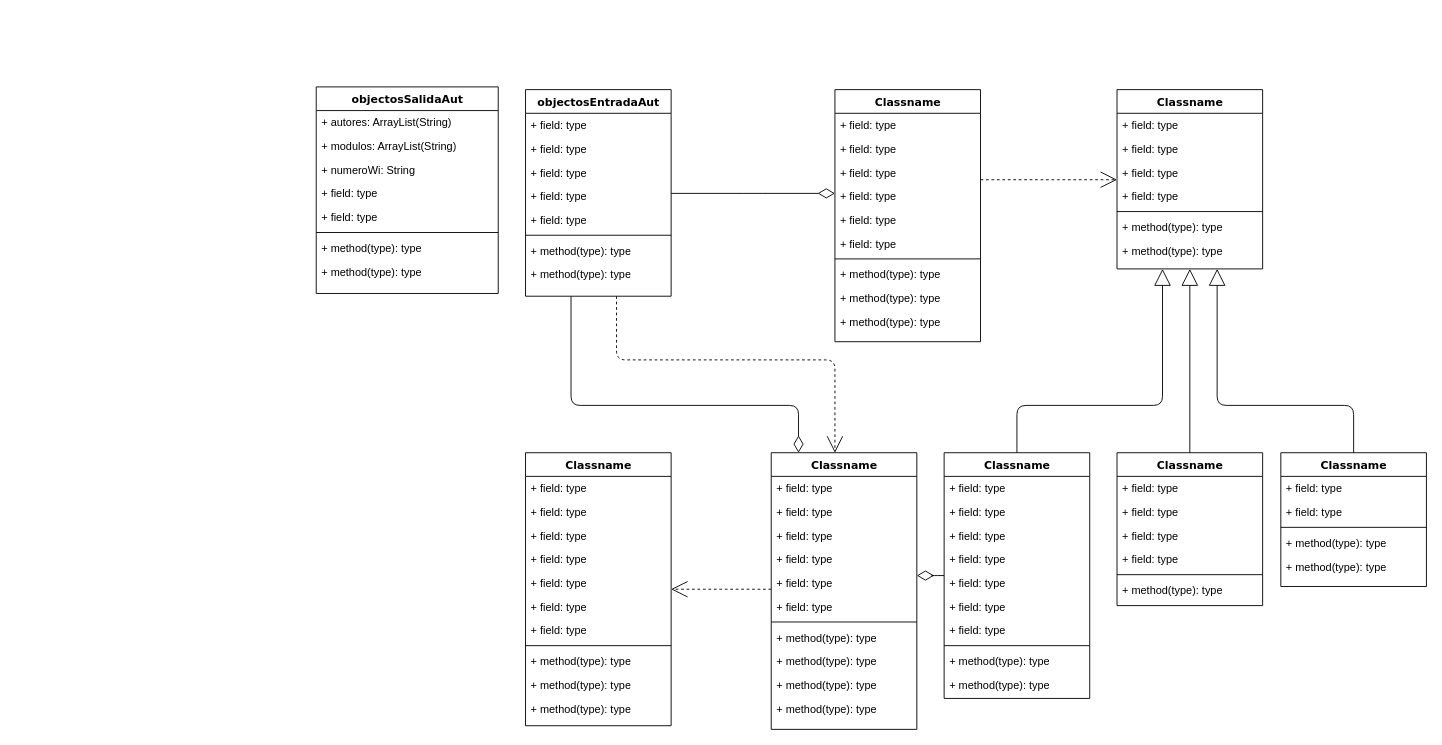
Before: diagClasAut.drawio in jpinzon-dev/diagramasAut, a draw.io diagram. Source tidied: cells renumbered, new cells numbered last; positions are measured from the earlier drawing's top-left corner, leaving out a move shared by most shapes. Both pictures are drawn from the tidied source at 91%, with x=0, y=0 at pixel (316, 86).
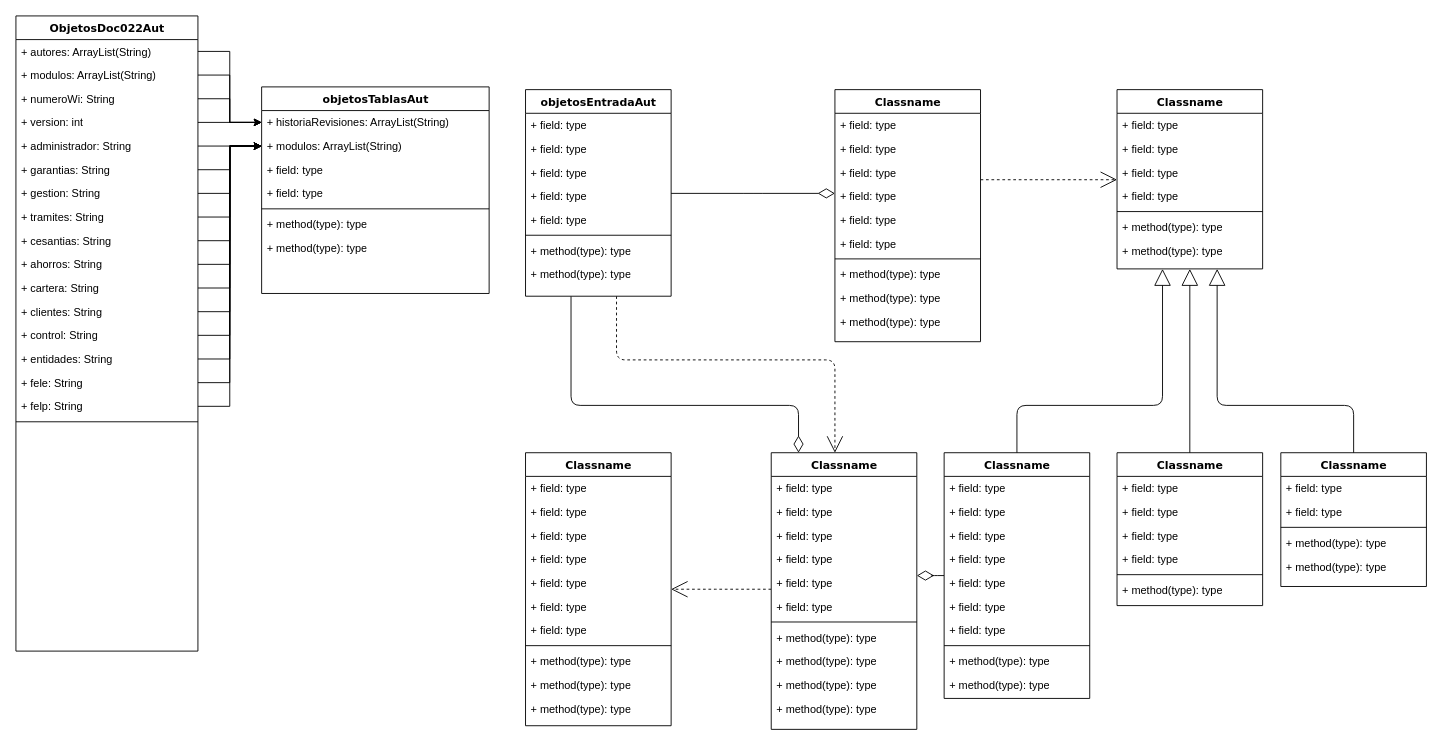
After the change.

Change to the diagram source:
```diff
@@
-    <mxCell id="4" value="objectosEntradaAut" style="swimlane;html=1;fontStyle=1;align=center;verticalAlign=top;horizontal=1;startSize=26;swimlaneFillColor=#ffffff;rounded=0;shadow=0;comic=0;labelBackgroundColor=none;strokeWidth=1;fillColor=none;fontFamily=Verdana;fontSize=12;" parent="1" vertex="1">
+    <mxCell id="4" value="objetosEntradaAut" style="swimlane;html=1;fontStyle=1;align=center;verticalAlign=top;horizontal=1;startSize=26;swimlaneFillColor=#ffffff;rounded=0;shadow=0;comic=0;labelBackgroundColor=none;strokeWidth=1;fillColor=none;fontFamily=Verdana;fontSize=12;" parent="1" vertex="1">
       <mxGeometry x="230" y="3" width="160" height="227" as="geometry" />
     </mxCell>
@@
-    <mxCell id="87" value="objectosSalidaAut" style="swimlane;html=1;fontStyle=1;align=center;verticalAlign=top;horizontal=1;startSize=26;swimlaneFillColor=#ffffff;rounded=0;shadow=0;comic=0;labelBackgroundColor=none;strokeWidth=1;fillColor=none;fontFamily=Verdana;fontSize=12;" parent="1" vertex="1">
-      <mxGeometry width="200" height="227" as="geometry" />
+    <mxCell id="87" value="objetosTablasAut" style="swimlane;html=1;fontStyle=1;align=center;verticalAlign=top;horizontal=1;startSize=26;swimlaneFillColor=#ffffff;rounded=0;shadow=0;comic=0;labelBackgroundColor=none;strokeWidth=1;fillColor=none;fontFamily=Verdana;fontSize=12;" parent="1" vertex="1">
+      <mxGeometry x="-60" width="250" height="227" as="geometry" />
     </mxCell>
-    <mxCell id="88" value="+ autores: ArrayList(String)" style="text;html=1;strokeColor=none;fillColor=none;align=left;verticalAlign=top;spacingLeft=4;spacingRight=4;whiteSpace=wrap;overflow=hidden;points=[[0,0.5],[1,0.5]];portConstraint=eastwest;" parent="87" vertex="1">
-      <mxGeometry y="26" width="200" height="26" as="geometry" />
+    <mxCell id="88" value="+ historiaRevisiones: ArrayList(String)" style="text;html=1;strokeColor=none;fillColor=none;align=left;verticalAlign=top;spacingLeft=4;spacingRight=4;whiteSpace=wrap;overflow=hidden;points=[[0,0.5],[1,0.5]];portConstraint=eastwest;" parent="87" vertex="1">
+      <mxGeometry y="26" width="250" height="26" as="geometry" />
     </mxCell>
     <mxCell id="89" value="+ modulos: ArrayList(String)" style="text;html=1;strokeColor=none;fillColor=none;align=left;verticalAlign=top;spacingLeft=4;spacingRight=4;whiteSpace=wrap;overflow=hidden;points=[[0,0.5],[1,0.5]];portConstraint=eastwest;" parent="87" vertex="1">
-      <mxGeometry y="52" width="200" height="26" as="geometry" />
+      <mxGeometry y="52" width="250" height="26" as="geometry" />
     </mxCell>
-    <mxCell id="90" value="+ numeroWi: String" style="text;html=1;strokeColor=none;fillColor=none;align=left;verticalAlign=top;spacingLeft=4;spacingRight=4;whiteSpace=wrap;overflow=hidden;points=[[0,0.5],[1,0.5]];portConstraint=eastwest;" parent="87" vertex="1">
-      <mxGeometry y="78" width="200" height="26" as="geometry" />
-    </mxCell>
     <mxCell id="91" value="+ field: type" style="text;html=1;strokeColor=none;fillColor=none;align=left;verticalAlign=top;spacingLeft=4;spacingRight=4;whiteSpace=wrap;overflow=hidden;" parent="87" vertex="1">
-      <mxGeometry y="104" width="200" height="26" as="geometry" />
+      <mxGeometry y="78" width="250" height="26" as="geometry" />
     </mxCell>
     <mxCell id="92" value="+ field: type" style="text;html=1;strokeColor=none;fillColor=none;align=left;verticalAlign=top;spacingLeft=4;spacingRight=4;whiteSpace=wrap;overflow=hidden;" parent="87" vertex="1">
-      <mxGeometry y="130" width="200" height="26" as="geometry" />
+      <mxGeometry y="104" width="250" height="26" as="geometry" />
     </mxCell>
     <mxCell id="93" style="line;html=1;strokeWidth=1;fillColor=none;align=left;verticalAlign=middle;spacingTop=-1;spacingLeft=3;spacingRight=3;labelPosition=right;" parent="87" vertex="1">
-      <mxGeometry y="156" width="200" height="8" as="geometry" />
+      <mxGeometry y="130" width="250" height="8" as="geometry" />
     </mxCell>
     <mxCell id="94" value="+ method(type): type" style="text;html=1;strokeColor=none;fillColor=none;align=left;verticalAlign=top;spacingLeft=4;spacingRight=4;whiteSpace=wrap;overflow=hidden;" parent="87" vertex="1">
-      <mxGeometry y="164" width="200" height="26" as="geometry" />
+      <mxGeometry y="138" width="250" height="26" as="geometry" />
     </mxCell>
     <mxCell id="95" value="+ method(type): type" style="text;html=1;strokeColor=none;fillColor=none;align=left;verticalAlign=top;spacingLeft=4;spacingRight=4;whiteSpace=wrap;overflow=hidden;" parent="87" vertex="1">
-      <mxGeometry y="190" width="200" height="26" as="geometry" />
+      <mxGeometry y="164" width="250" height="26" as="geometry" />
     </mxCell>
+    <mxCell id="96" value="ObjetosDoc022Aut" style="swimlane;html=1;fontStyle=1;align=center;verticalAlign=top;horizontal=1;startSize=26;swimlaneFillColor=#ffffff;rounded=0;shadow=0;comic=0;labelBackgroundColor=none;strokeWidth=1;fillColor=none;fontFamily=Verdana;fontSize=12;" parent="1" vertex="1">
+      <mxGeometry x="-330" y="-78" width="200" height="698" as="geometry" />
+    </mxCell>
+    <mxCell id="97" value="+ autores: ArrayList(String)" style="text;html=1;strokeColor=none;fillColor=none;align=left;verticalAlign=top;spacingLeft=4;spacingRight=4;whiteSpace=wrap;overflow=hidden;points=[[0,0.5],[1,0.5]];portConstraint=eastwest;" parent="96" vertex="1">
+      <mxGeometry y="26" width="200" height="26" as="geometry" />
+    </mxCell>
+    <mxCell id="98" value="+ modulos: ArrayList(String)" style="text;html=1;strokeColor=none;fillColor=none;align=left;verticalAlign=top;spacingLeft=4;spacingRight=4;whiteSpace=wrap;overflow=hidden;points=[[0,0.5],[1,0.5]];portConstraint=eastwest;" parent="96" vertex="1">
+      <mxGeometry y="52" width="200" height="26" as="geometry" />
+    </mxCell>
+    <mxCell id="90" value="+ numeroWi: String" style="text;html=1;strokeColor=none;fillColor=none;align=left;verticalAlign=top;spacingLeft=4;spacingRight=4;whiteSpace=wrap;overflow=hidden;points=[[0,0.5],[1,0.5]];portConstraint=eastwest;" parent="96" vertex="1">
+      <mxGeometry y="78" width="200" height="26" as="geometry" />
+    </mxCell>
+    <mxCell id="99" value="+ version: int" style="text;html=1;strokeColor=none;fillColor=none;align=left;verticalAlign=top;spacingLeft=4;spacingRight=4;whiteSpace=wrap;overflow=hidden;points=[[0,0.5],[1,0.5]];portConstraint=eastwest;" parent="96" vertex="1">
+      <mxGeometry y="104" width="200" height="26" as="geometry" />
+    </mxCell>
+    <mxCell id="100" value="+ administrador: String" style="text;html=1;strokeColor=none;fillColor=none;align=left;verticalAlign=top;spacingLeft=4;spacingRight=4;whiteSpace=wrap;overflow=hidden;points=[[0,0.5],[1,0.5]];portConstraint=eastwest;" parent="96" vertex="1">
+      <mxGeometry y="130" width="200" height="26" as="geometry" />
+    </mxCell>
+    <mxCell id="101" value="+ garantias: String" style="text;html=1;strokeColor=none;fillColor=none;align=left;verticalAlign=top;spacingLeft=4;spacingRight=4;whiteSpace=wrap;overflow=hidden;points=[[0,0.5],[1,0.5]];portConstraint=eastwest;" parent="96" vertex="1">
+      <mxGeometry y="156" width="200" height="26" as="geometry" />
+    </mxCell>
+    <mxCell id="102" value="+ gestion: String" style="text;html=1;strokeColor=none;fillColor=none;align=left;verticalAlign=top;spacingLeft=4;spacingRight=4;whiteSpace=wrap;overflow=hidden;points=[[0,0.5],[1,0.5]];portConstraint=eastwest;" parent="96" vertex="1">
+      <mxGeometry y="182" width="200" height="26" as="geometry" />
+    </mxCell>
+    <mxCell id="103" value="+ tramites: String" style="text;html=1;strokeColor=none;fillColor=none;align=left;verticalAlign=top;spacingLeft=4;spacingRight=4;whiteSpace=wrap;overflow=hidden;points=[[0,0.5],[1,0.5]];portConstraint=eastwest;" parent="96" vertex="1">
+      <mxGeometry y="208" width="200" height="26" as="geometry" />
+    </mxCell>
+    <mxCell id="104" value="+ cesantias: String" style="text;html=1;strokeColor=none;fillColor=none;align=left;verticalAlign=top;spacingLeft=4;spacingRight=4;whiteSpace=wrap;overflow=hidden;points=[[0,0.5],[1,0.5]];portConstraint=eastwest;" parent="96" vertex="1">
+      <mxGeometry y="234" width="200" height="26" as="geometry" />
+    </mxCell>
+    <mxCell id="105" value="+ ahorros: String" style="text;html=1;strokeColor=none;fillColor=none;align=left;verticalAlign=top;spacingLeft=4;spacingRight=4;whiteSpace=wrap;overflow=hidden;points=[[0,0.5],[1,0.5]];portConstraint=eastwest;" parent="96" vertex="1">
+      <mxGeometry y="260" width="200" height="26" as="geometry" />
+    </mxCell>
+    <mxCell id="106" value="+ cartera: String" style="text;html=1;strokeColor=none;fillColor=none;align=left;verticalAlign=top;spacingLeft=4;spacingRight=4;whiteSpace=wrap;overflow=hidden;points=[[0,0.5],[1,0.5]];portConstraint=eastwest;" parent="96" vertex="1">
+      <mxGeometry y="286" width="200" height="26" as="geometry" />
+    </mxCell>
+    <mxCell id="107" value="+ clientes: String" style="text;html=1;strokeColor=none;fillColor=none;align=left;verticalAlign=top;spacingLeft=4;spacingRight=4;whiteSpace=wrap;overflow=hidden;points=[[0,0.5],[1,0.5]];portConstraint=eastwest;" parent="96" vertex="1">
+      <mxGeometry y="312" width="200" height="26" as="geometry" />
+    </mxCell>
+    <mxCell id="108" value="+ control: String" style="text;html=1;strokeColor=none;fillColor=none;align=left;verticalAlign=top;spacingLeft=4;spacingRight=4;whiteSpace=wrap;overflow=hidden;points=[[0,0.5],[1,0.5]];portConstraint=eastwest;" parent="96" vertex="1">
+      <mxGeometry y="338" width="200" height="26" as="geometry" />
+    </mxCell>
+    <mxCell id="109" value="+ entidades: String" style="text;html=1;strokeColor=none;fillColor=none;align=left;verticalAlign=top;spacingLeft=4;spacingRight=4;whiteSpace=wrap;overflow=hidden;points=[[0,0.5],[1,0.5]];portConstraint=eastwest;" parent="96" vertex="1">
+      <mxGeometry y="364" width="200" height="26" as="geometry" />
+    </mxCell>
+    <mxCell id="110" value="+ fele: String" style="text;html=1;strokeColor=none;fillColor=none;align=left;verticalAlign=top;spacingLeft=4;spacingRight=4;whiteSpace=wrap;overflow=hidden;points=[[0,0.5],[1,0.5]];portConstraint=eastwest;" parent="96" vertex="1">
+      <mxGeometry y="390" width="200" height="26" as="geometry" />
+    </mxCell>
+    <mxCell id="111" value="+ felp: String" style="text;html=1;strokeColor=none;fillColor=none;align=left;verticalAlign=top;spacingLeft=4;spacingRight=4;whiteSpace=wrap;overflow=hidden;points=[[0,0.5],[1,0.5]];portConstraint=eastwest;" parent="96" vertex="1">
+      <mxGeometry y="416" width="200" height="26" as="geometry" />
+    </mxCell>
+    <mxCell id="112" style="line;html=1;strokeWidth=1;fillColor=none;align=left;verticalAlign=middle;spacingTop=-1;spacingLeft=3;spacingRight=3;labelPosition=right;" parent="96" vertex="1">
+      <mxGeometry y="442" width="200" height="8" as="geometry" />
+    </mxCell>
+    <mxCell id="113" style="edgeStyle=orthogonalEdgeStyle;rounded=0;jettySize=auto;html=1;entryX=0;entryY=0.5;entryDx=0;entryDy=0;" parent="1" edge="1" source="97" target="88">
+      <mxGeometry relative="1" as="geometry" />
+    </mxCell>
+    <mxCell id="114" style="edgeStyle=orthogonalEdgeStyle;rounded=0;jettySize=auto;html=1;exitX=1;exitY=0.5;exitDx=0;exitDy=0;entryX=0;entryY=0.5;entryDx=0;entryDy=0;" parent="1" edge="1" source="98" target="88">
+      <mxGeometry relative="1" as="geometry" />
+    </mxCell>
+    <mxCell id="115" style="edgeStyle=orthogonalEdgeStyle;rounded=0;jettySize=auto;html=1;exitX=1;exitY=0.5;exitDx=0;exitDy=0;entryX=0;entryY=0.5;entryDx=0;entryDy=0;" parent="1" edge="1" source="90" target="88">
+      <mxGeometry relative="1" as="geometry" />
+    </mxCell>
+    <mxCell id="116" style="edgeStyle=orthogonalEdgeStyle;rounded=0;jettySize=auto;html=1;exitX=1;exitY=0.5;exitDx=0;exitDy=0;entryX=0;entryY=0.5;entryDx=0;entryDy=0;" parent="1" edge="1" source="99" target="88">
+      <mxGeometry relative="1" as="geometry" />
+    </mxCell>
+    <mxCell id="117" style="edgeStyle=orthogonalEdgeStyle;rounded=0;jettySize=auto;html=1;exitX=1;exitY=0.5;exitDx=0;exitDy=0;entryX=0;entryY=0.5;entryDx=0;entryDy=0;" parent="1" edge="1" source="100" target="89">
+      <mxGeometry relative="1" as="geometry" />
+    </mxCell>
+    <mxCell id="118" style="edgeStyle=orthogonalEdgeStyle;rounded=0;jettySize=auto;html=1;exitX=1;exitY=0.5;exitDx=0;exitDy=0;entryX=0;entryY=0.5;entryDx=0;entryDy=0;" parent="1" edge="1" source="101" target="89">
+      <mxGeometry relative="1" as="geometry" />
+    </mxCell>
+    <mxCell id="119" style="edgeStyle=orthogonalEdgeStyle;rounded=0;jettySize=auto;html=1;exitX=1;exitY=0.5;exitDx=0;exitDy=0;" parent="1" edge="1" source="102" target="89">
+      <mxGeometry relative="1" as="geometry" />
+    </mxCell>
+    <mxCell id="120" style="edgeStyle=orthogonalEdgeStyle;rounded=0;jettySize=auto;html=1;exitX=1;exitY=0.5;exitDx=0;exitDy=0;" parent="1" edge="1" source="103" target="89">
+      <mxGeometry relative="1" as="geometry" />
+    </mxCell>
+    <mxCell id="121" style="edgeStyle=orthogonalEdgeStyle;rounded=0;jettySize=auto;html=1;exitX=1;exitY=0.5;exitDx=0;exitDy=0;" parent="1" edge="1" source="104" target="89">
+      <mxGeometry relative="1" as="geometry" />
+    </mxCell>
+    <mxCell id="122" style="edgeStyle=orthogonalEdgeStyle;rounded=0;jettySize=auto;html=1;exitX=1;exitY=0.5;exitDx=0;exitDy=0;" parent="1" edge="1" source="105" target="89">
+      <mxGeometry relative="1" as="geometry" />
+    </mxCell>
+    <mxCell id="123" style="edgeStyle=orthogonalEdgeStyle;rounded=0;jettySize=auto;html=1;exitX=1;exitY=0.5;exitDx=0;exitDy=0;" parent="1" edge="1" source="106" target="89">
+      <mxGeometry relative="1" as="geometry" />
+    </mxCell>
+    <mxCell id="124" style="edgeStyle=orthogonalEdgeStyle;rounded=0;jettySize=auto;html=1;exitX=1;exitY=0.5;exitDx=0;exitDy=0;" parent="1" edge="1" source="107" target="89">
+      <mxGeometry relative="1" as="geometry" />
+    </mxCell>
+    <mxCell id="125" style="edgeStyle=orthogonalEdgeStyle;rounded=0;jettySize=auto;html=1;exitX=1;exitY=0.5;exitDx=0;exitDy=0;" parent="1" edge="1" source="108" target="89">
+      <mxGeometry relative="1" as="geometry" />
+    </mxCell>
+    <mxCell id="126" style="edgeStyle=orthogonalEdgeStyle;rounded=0;jettySize=auto;html=1;exitX=1;exitY=0.5;exitDx=0;exitDy=0;" parent="1" edge="1" source="109" target="89">
+      <mxGeometry relative="1" as="geometry" />
+    </mxCell>
+    <mxCell id="127" style="edgeStyle=orthogonalEdgeStyle;rounded=0;jettySize=auto;html=1;exitX=1;exitY=0.5;exitDx=0;exitDy=0;" parent="1" edge="1" source="110" target="89">
+      <mxGeometry relative="1" as="geometry" />
+    </mxCell>
+    <mxCell id="128" style="edgeStyle=orthogonalEdgeStyle;rounded=0;jettySize=auto;html=1;exitX=1;exitY=0.5;exitDx=0;exitDy=0;entryX=0;entryY=0.5;entryDx=0;entryDy=0;" parent="1" edge="1" source="111" target="89">
+      <mxGeometry relative="1" as="geometry" />
+    </mxCell>
```
